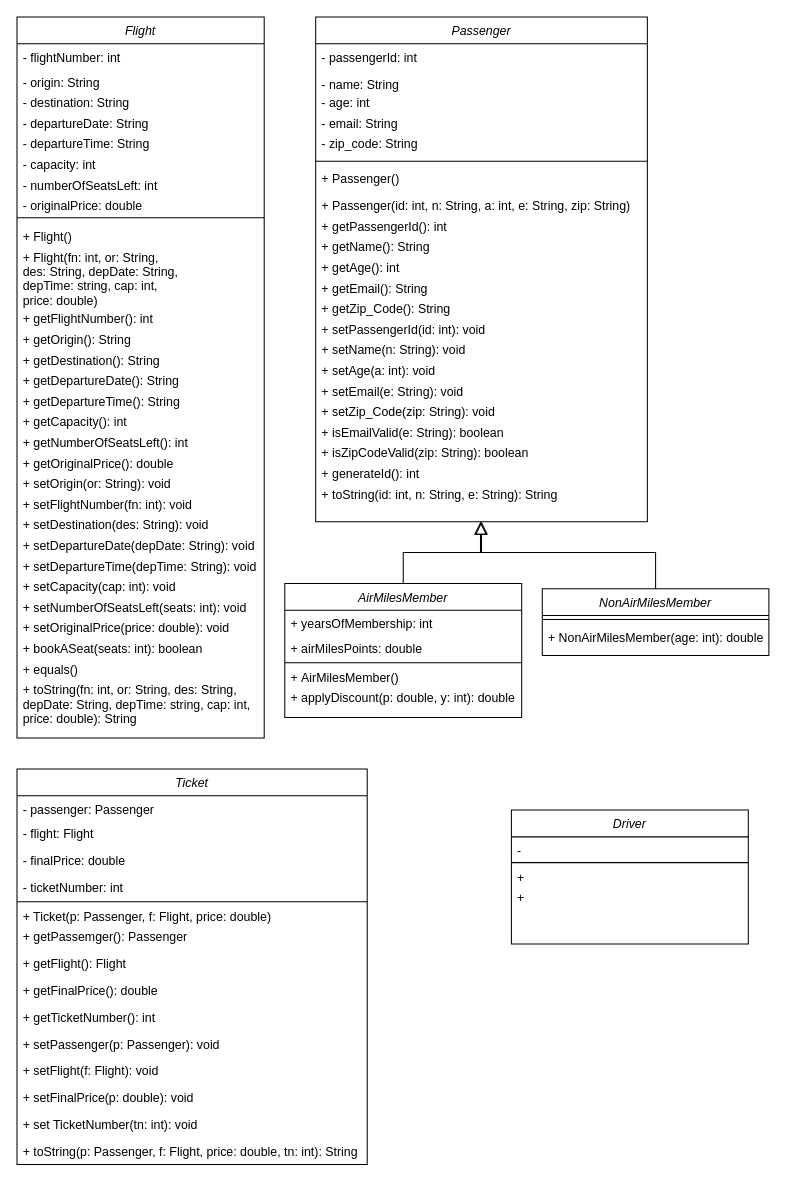
Before: Untitled Diagram.drawio in yumvinegar/ProgrammingProject, a draw.io diagram. Source tidied: cells renumbered, new cells numbered last; positions are measured from the earlier drawing's top-left corner, leaving out a move shared by most shapes. Both pictures are drawn from the tidied source at 103%, with x=0, y=0 at pixel (16, 16).
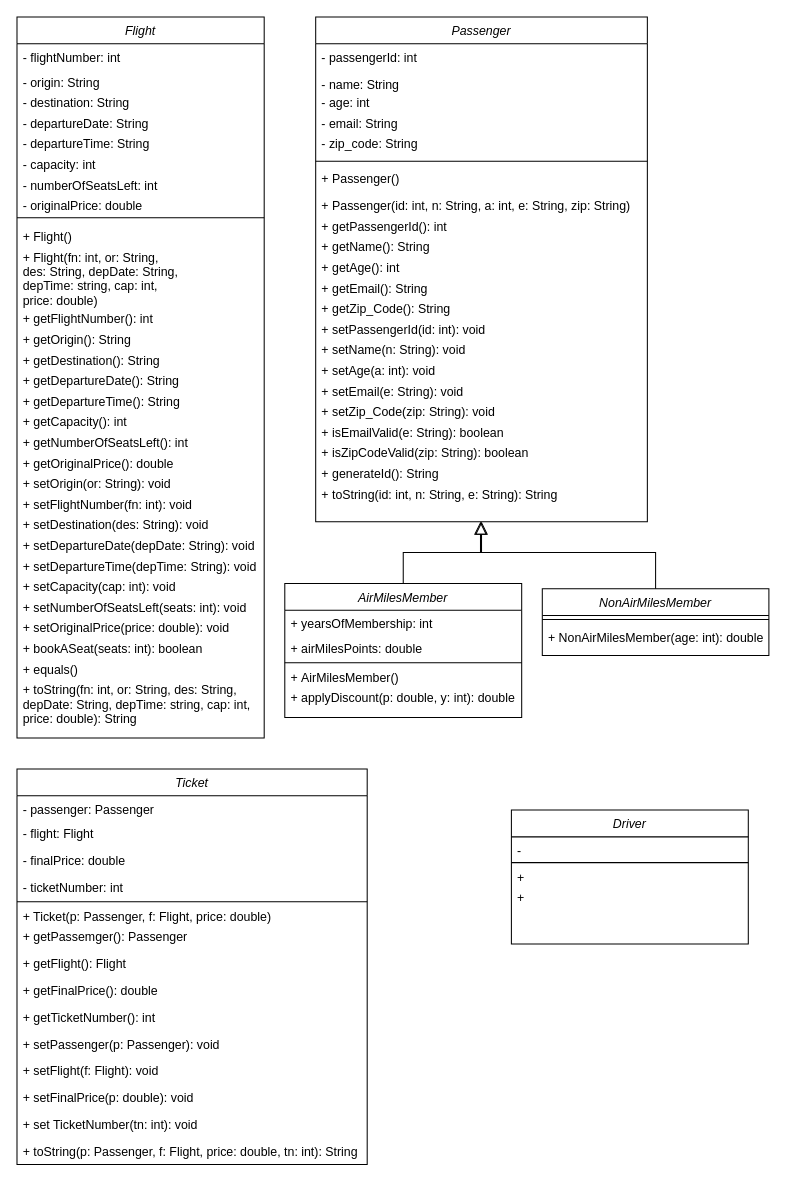
After the change.

Commit message:
Passenger generateId changed to String

The change refers to these unchanged cells:
```xml
<mxCell id="44" value="Passenger" style="swimlane;fontStyle=2;align=center;verticalAlign=top;horizontal=1;startSize=26;rounded=0;shadow=0;strokeWidth=1;" parent="1" vertex="1">
  <mxGeometry x="290" width="322" height="490" as="geometry" />
</mxCell>
```

The edit, as a diff of the source:
```diff
@@
-    <mxCell id="65" value="+ generateId(): int" style="text;align=left;verticalAlign=top;spacingLeft=4;spacingRight=4;overflow=hidden;" parent="44" vertex="1">
+    <mxCell id="65" value="+ generateId(): String" style="text;align=left;verticalAlign=top;spacingLeft=4;spacingRight=4;overflow=hidden;" parent="44" vertex="1">
       <mxGeometry y="430" width="322" height="20" as="geometry" />
     </mxCell>
```
